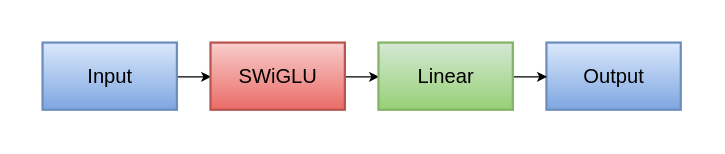
Earlier version of the draw.io export docs/images/output_layer.svg (leuas/Vrdndi). Source tidied: cells renumbered, new cells last; positions are measured from the earlier drawing's top-left corner, leaving out a move shared by most shapes.
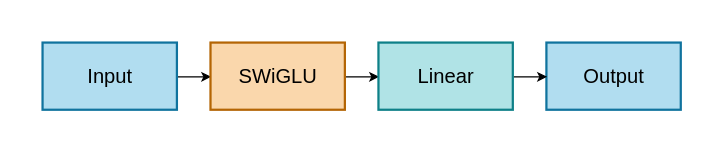
Above is the later version.

What changed in the source:
```diff
@@ -5,22 +5,22 @@
     <mxCell id="2" style="edgeStyle=orthogonalEdgeStyle;rounded=0;jettySize=auto;html=1;entryX=0;entryY=0.5;entryDx=0;entryDy=0;" parent="1" edge="1" source="3" target="6">
       <mxGeometry relative="1" as="geometry" />
     </mxCell>
-    <mxCell id="3" value="&lt;font size=&quot;4&quot;&gt;Input&lt;/font&gt;" style="rounded=0;whiteSpace=wrap;html=1;strokeWidth=2;fillColor=#dae8fc;strokeColor=#6c8ebf;gradientColor=#7ea6e0;" parent="1" vertex="1">
+    <mxCell id="3" value="&lt;font size=&quot;4&quot;&gt;Input&lt;/font&gt;" style="rounded=0;whiteSpace=wrap;html=1;strokeWidth=2;fillColor=#b1ddf0;strokeColor=#10739e;" parent="1" vertex="1">
       <mxGeometry width="120" height="60" as="geometry" />
     </mxCell>
-    <mxCell id="4" value="&lt;font size=&quot;4&quot;&gt;Output&lt;/font&gt;" style="rounded=0;whiteSpace=wrap;html=1;strokeWidth=2;fillColor=#dae8fc;strokeColor=#6c8ebf;gradientColor=#7ea6e0;" parent="1" vertex="1">
+    <mxCell id="4" value="&lt;font size=&quot;4&quot;&gt;Output&lt;/font&gt;" style="rounded=0;whiteSpace=wrap;html=1;strokeWidth=2;fillColor=#b1ddf0;strokeColor=#10739e;" parent="1" vertex="1">
       <mxGeometry x="450" width="120" height="60" as="geometry" />
     </mxCell>
     <mxCell id="5" style="edgeStyle=orthogonalEdgeStyle;rounded=0;jettySize=auto;html=1;entryX=0;entryY=0.5;entryDx=0;entryDy=0;" parent="1" edge="1" source="6" target="8">
       <mxGeometry relative="1" as="geometry" />
     </mxCell>
-    <mxCell id="6" value="&lt;font size=&quot;4&quot;&gt;SWiGLU&lt;/font&gt;" style="rounded=0;whiteSpace=wrap;html=1;strokeWidth=2;fillColor=#f8cecc;strokeColor=#b85450;gradientColor=#ea6b66;" parent="1" vertex="1">
+    <mxCell id="6" value="&lt;font size=&quot;4&quot;&gt;SWiGLU&lt;/font&gt;" style="rounded=0;whiteSpace=wrap;html=1;strokeWidth=2;fillColor=#fad7ac;strokeColor=#b46504;" parent="1" vertex="1">
       <mxGeometry x="150" width="120" height="60" as="geometry" />
     </mxCell>
     <mxCell id="7" style="edgeStyle=orthogonalEdgeStyle;rounded=0;jettySize=auto;html=1;entryX=0;entryY=0.5;entryDx=0;entryDy=0;" parent="1" edge="1" source="8" target="4">
       <mxGeometry relative="1" as="geometry" />
     </mxCell>
-    <mxCell id="8" value="&lt;font size=&quot;4&quot;&gt;Linear&lt;/font&gt;" style="rounded=0;whiteSpace=wrap;html=1;strokeWidth=2;fillColor=#d5e8d4;strokeColor=#82b366;gradientColor=#97d077;" parent="1" vertex="1">
+    <mxCell id="8" value="&lt;font size=&quot;4&quot;&gt;Linear&lt;/font&gt;" style="rounded=0;whiteSpace=wrap;html=1;strokeWidth=2;fillColor=#b0e3e6;strokeColor=#0e8088;" parent="1" vertex="1">
       <mxGeometry x="300" width="120" height="60" as="geometry" />
     </mxCell>
   </root>
```
